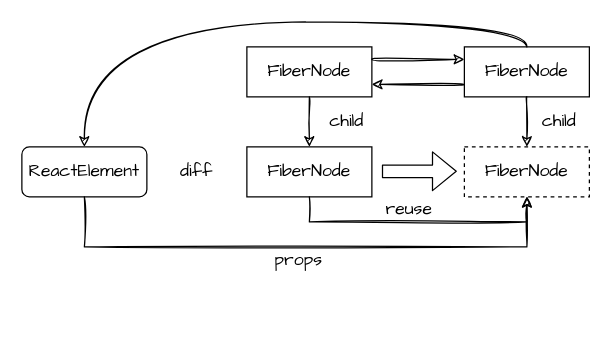
Earlier version of the draw.io diagram page "第 4 页" (4 of 6) of source/_posts/big-react-wasm-10/big-react-wasm-10.drawio (ParadeTo/blog). Source tidied: cells renumbered, new cells numbered last; positions are measured from the earlier drawing's top-left corner, leaving out a move shared by most shapes. Both pictures are drawn from the tidied source at 125%, with x=0, y=0 at pixel (21, 46).
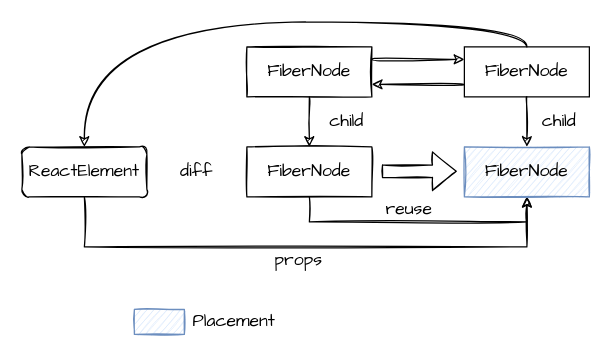
Above is the later version.

Diff of the diagram source:
```diff
@@
-    <mxCell id="5" value="FiberNode" style="rounded=0;whiteSpace=wrap;html=1;fillColor=none;fontFamily=Comic Sans MS;fontSize=14;" parent="1" vertex="1">
+    <mxCell id="5" value="FiberNode" style="rounded=0;whiteSpace=wrap;html=1;fillColor=none;fontFamily=Comic Sans MS;fontSize=14;sketch=1;" parent="1" vertex="1">
       <mxGeometry x="180" width="100" height="40" as="geometry" />
     </mxCell>
@@
-    <mxCell id="7" value="FiberNode" style="rounded=0;whiteSpace=wrap;html=1;fillColor=none;fontFamily=Comic Sans MS;fontSize=14;" parent="1" vertex="1">
+    <mxCell id="7" value="FiberNode" style="rounded=0;whiteSpace=wrap;html=1;fillColor=none;fontFamily=Comic Sans MS;fontSize=14;sketch=1;" parent="1" vertex="1">
       <mxGeometry x="180" y="80" width="100" height="40" as="geometry" />
     </mxCell>
@@
-    <mxCell id="11" value="ReactElement" style="rounded=1;whiteSpace=wrap;html=1;fillColor=none;fontFamily=Comic Sans MS;fontSize=14;" parent="1" vertex="1">
+    <mxCell id="11" value="ReactElement" style="rounded=1;whiteSpace=wrap;html=1;fillColor=none;fontFamily=Comic Sans MS;fontSize=14;sketch=1;" parent="1" vertex="1">
       <mxGeometry y="80" width="100" height="40" as="geometry" />
     </mxCell>
@@
-    <mxCell id="15" style="shape=flexArrow;endArrow=classic;html=1;fontFamily=Comic Sans MS;fontSize=14;" parent="1" edge="1">
+    <mxCell id="15" style="shape=flexArrow;endArrow=classic;html=1;fontFamily=Comic Sans MS;fontSize=14;sketch=1;" parent="1" edge="1">
       <mxGeometry relative="1" as="geometry">
         <mxPoint x="288" y="99.5" as="sourcePoint" />
         <mxPoint x="348" y="99.5" as="targetPoint" />
       </mxGeometry>
     </mxCell>
-    <mxCell id="16" value="FiberNode" style="rounded=0;whiteSpace=wrap;html=1;fillColor=none;fontFamily=Comic Sans MS;fontSize=14;dashed=1;" parent="1" vertex="1">
+    <mxCell id="16" value="FiberNode" style="rounded=0;whiteSpace=wrap;html=1;fillColor=#dae8fc;fontFamily=Comic Sans MS;fontSize=14;sketch=1;strokeColor=#6c8ebf;" parent="1" vertex="1">
       <mxGeometry x="354" y="80" width="100" height="40" as="geometry" />
     </mxCell>
@@
+    <mxCell id="20" style="rounded=0;whiteSpace=wrap;html=1;fillColor=#dae8fc;fontFamily=Comic Sans MS;fontSize=14;sketch=1;strokeColor=#6c8ebf;" parent="1" vertex="1">
+      <mxGeometry x="90" y="210" width="40" height="20" as="geometry" />
+    </mxCell>
+    <mxCell id="21" value="Placement" style="text;html=1;strokeColor=none;fillColor=none;align=center;verticalAlign=middle;whiteSpace=wrap;rounded=0;sketch=1;fontFamily=Comic Sans MS;fontSize=14;" parent="1" vertex="1">
+      <mxGeometry x="150" y="210" width="40" height="20" as="geometry" />
+    </mxCell>
```
